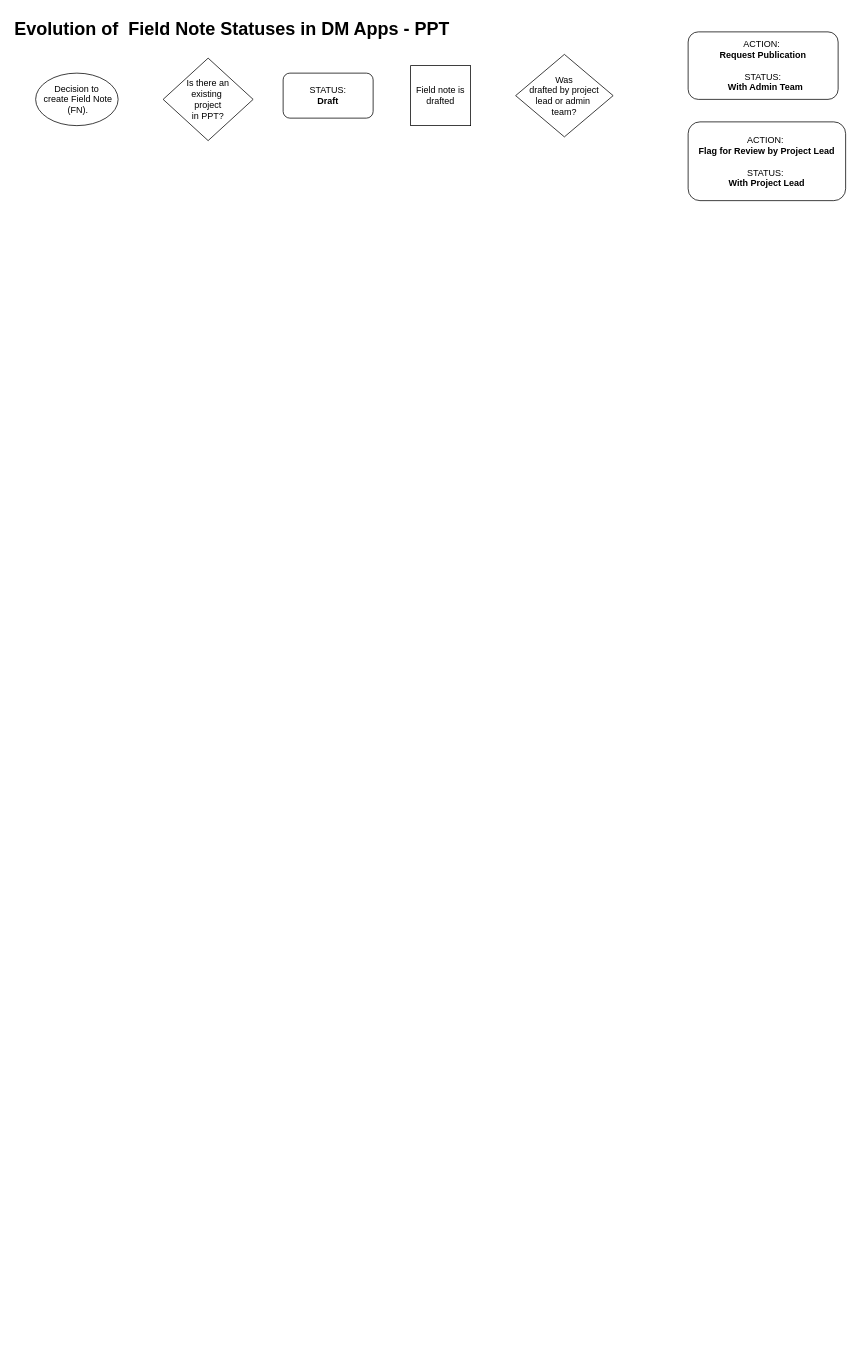
Earlier version of the draw.io diagram Fieldnote status evolution in PPT.drawio (davjfish/diagrams). Source tidied: cells renumbered, new cells numbered last; positions are measured from the earlier drawing's top-left corner, leaving out a move shared by most shapes. Both pictures are drawn from the tidied source at 75%, with x=0, y=0 at pixel (13, 13).
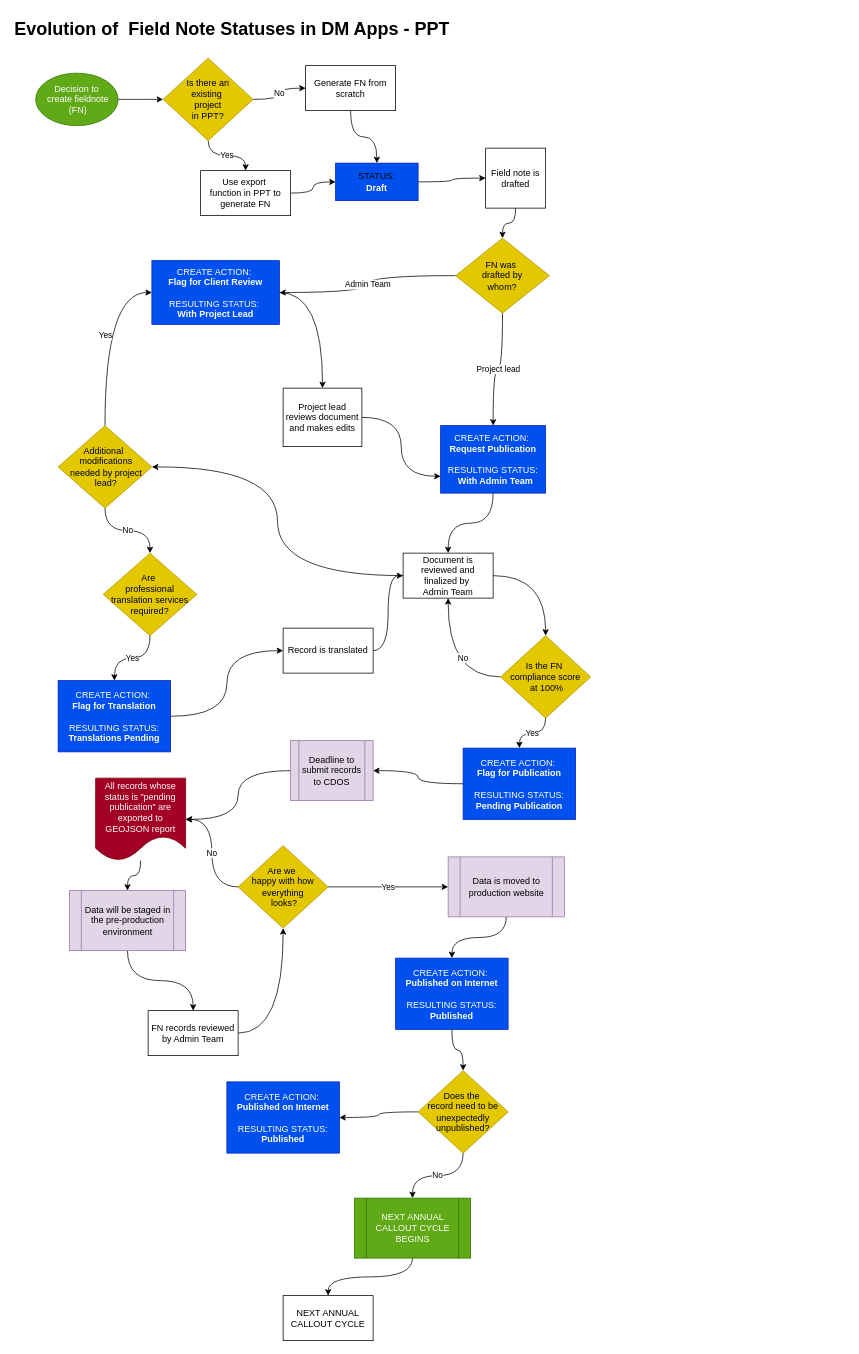
After the change.

Change to the diagram source:
```diff
@@
-    <mxCell id="3" value="Decision&lt;span style=&quot;background-color: transparent; color: light-dark(rgb(0, 0, 0), rgb(255, 255, 255));&quot;&gt;&amp;nbsp;to&lt;/span&gt;&lt;div&gt;&lt;span style=&quot;background-color: transparent; color: light-dark(rgb(0, 0, 0), rgb(255, 255, 255));&quot;&gt;&amp;nbsp;create&amp;nbsp;&lt;/span&gt;&lt;span style=&quot;background-color: transparent; color: light-dark(rgb(0, 0, 0), rgb(255, 255, 255));&quot;&gt;Field Note&lt;/span&gt;&lt;div&gt;&lt;span style=&quot;background-color: transparent; color: light-dark(rgb(0, 0, 0), rgb(255, 255, 255));&quot;&gt;&amp;nbsp;(FN).&lt;/span&gt;&lt;/div&gt;&lt;/div&gt;" style="ellipse;whiteSpace=wrap;html=1;" parent="1" vertex="1">
+    <mxCell id="3" value="Decision&lt;span style=&quot;background-color: transparent;&quot;&gt;&amp;nbsp;to&lt;/span&gt;&lt;div&gt;&lt;span style=&quot;background-color: transparent;&quot;&gt;&amp;nbsp;create&amp;nbsp;&lt;/span&gt;&lt;span style=&quot;background-color: transparent;&quot;&gt;fieldnote&lt;/span&gt;&lt;div&gt;&lt;span style=&quot;background-color: transparent;&quot;&gt;&amp;nbsp;(FN)&lt;/span&gt;&lt;/div&gt;&lt;/div&gt;" style="ellipse;whiteSpace=wrap;html=1;fillColor=#60a917;fontColor=light-dark(#FFFFFF,#000000);strokeColor=#2D7600;" parent="1" vertex="1">
       <mxGeometry x="30" y="80" width="110" height="70" as="geometry" />
     </mxCell>
+    <mxCell id="10" style="edgeStyle=orthogonalEdgeStyle;rounded=0;jettySize=auto;html=1;curved=1;" parent="1" edge="1" source="21" target="9">
+      <mxGeometry relative="1" as="geometry" />
+    </mxCell>
+    <mxCell id="11" value="Yes" style="edgeStyle=orthogonalEdgeStyle;rounded=0;jettySize=auto;html=1;curved=1;" parent="1" edge="1" source="4" target="19">
+      <mxGeometry relative="1" as="geometry" />
+    </mxCell>
-    <mxCell id="4" value="Is there an&lt;div&gt;existing&amp;nbsp;&lt;/div&gt;&lt;div&gt;project&lt;/div&gt;&lt;div&gt;in PPT?&lt;/div&gt;" style="rhombus;whiteSpace=wrap;html=1;" parent="1" vertex="1">
+    <mxCell id="4" value="Is there an&lt;div&gt;existing&amp;nbsp;&lt;/div&gt;&lt;div&gt;project&lt;/div&gt;&lt;div&gt;in PPT?&lt;/div&gt;" style="rhombus;whiteSpace=wrap;html=1;fillColor=#e3c800;fontColor=#000000;strokeColor=#B09500;" parent="1" vertex="1">
       <mxGeometry x="200" y="60" width="120" height="110" as="geometry" />
     </mxCell>
+    <mxCell id="12" style="edgeStyle=orthogonalEdgeStyle;rounded=0;jettySize=auto;html=1;curved=1;" parent="1" edge="1" source="5" target="6">
+      <mxGeometry relative="1" as="geometry" />
+    </mxCell>
     <mxCell id="5" value="Field note is drafted" style="whiteSpace=wrap;html=1;" parent="1" vertex="1">
-      <mxGeometry x="530" y="70" width="80" height="80" as="geometry" />
+      <mxGeometry x="630" y="180" width="80" height="80" as="geometry" />
     </mxCell>
+    <mxCell id="13" value="Admin Team" style="edgeStyle=orthogonalEdgeStyle;rounded=0;jettySize=auto;html=1;curved=1;" parent="1" edge="1" source="6" target="8">
+      <mxGeometry relative="1" as="geometry" />
+    </mxCell>
+    <mxCell id="14" value="Project lead" style="edgeStyle=orthogonalEdgeStyle;rounded=0;jettySize=auto;html=1;curved=1;" parent="1" edge="1" source="6" target="7">
+      <mxGeometry relative="1" as="geometry" />
+    </mxCell>
-    <mxCell id="6" value="Was&lt;div&gt;&amp;nbsp;drafted by project&amp;nbsp;&lt;/div&gt;&lt;div&gt;lead or admin&amp;nbsp;&lt;/div&gt;&lt;div&gt;team?&lt;/div&gt;" style="rhombus;whiteSpace=wrap;html=1;" parent="1" vertex="1">
-      <mxGeometry x="670" y="55" width="130" height="110" as="geometry" />
+    <mxCell id="6" value="FN was&amp;nbsp;&lt;div&gt;drafted by&lt;/div&gt;&lt;div&gt;whom?&lt;/div&gt;" style="rhombus;whiteSpace=wrap;html=1;fillColor=#e3c800;fontColor=#000000;strokeColor=#B09500;" parent="1" vertex="1">
+      <mxGeometry x="590" y="300" width="125" height="100" as="geometry" />
     </mxCell>
+    <mxCell id="15" style="edgeStyle=orthogonalEdgeStyle;rounded=0;jettySize=auto;html=1;curved=1;" parent="1" edge="1" source="7" target="27">
+      <mxGeometry relative="1" as="geometry" />
+    </mxCell>
-    <mxCell id="7" value="ACTION:&amp;nbsp;&lt;div&gt;&lt;b&gt;Request Publication&lt;/b&gt;&lt;div&gt;&lt;br&gt;&lt;/div&gt;&lt;div&gt;STATUS:&lt;/div&gt;&lt;div&gt;&amp;nbsp; &lt;b&gt;With Admin Team&lt;/b&gt;&lt;/div&gt;&lt;/div&gt;" style="rounded=1;whiteSpace=wrap;html=1;" parent="1" vertex="1">
-      <mxGeometry x="900" y="25" width="200" height="90" as="geometry" />
+    <mxCell id="7" value="CREATE ACTION:&amp;nbsp;&lt;div&gt;&lt;b&gt;Request Publication&lt;/b&gt;&lt;div&gt;&lt;br&gt;&lt;/div&gt;&lt;div&gt;&lt;span style=&quot;background-color: transparent; color: light-dark(rgb(255, 255, 255), rgb(18, 18, 18));&quot;&gt;RESULTING STATUS&lt;/span&gt;:&lt;/div&gt;&lt;div&gt;&amp;nbsp; &lt;b&gt;With Admin Team&lt;/b&gt;&lt;/div&gt;&lt;/div&gt;" style="rounded=0;whiteSpace=wrap;html=1;fillColor=#0050ef;fontColor=#ffffff;strokeColor=#001DBC;" parent="1" vertex="1">
+      <mxGeometry x="570" y="550" width="140" height="90" as="geometry" />
     </mxCell>
-    <mxCell id="8" value="ACTION:&amp;nbsp;&lt;div&gt;&lt;b&gt;Flag for Review by Project Lead&lt;/b&gt;&lt;/div&gt;&lt;div&gt;&lt;b&gt;&lt;br&gt;&lt;/b&gt;&lt;div&gt;STATUS:&amp;nbsp;&lt;/div&gt;&lt;div&gt;&lt;b&gt;With Project Lead&lt;/b&gt;&lt;/div&gt;&lt;/div&gt;" style="rounded=1;whiteSpace=wrap;html=1;" parent="1" vertex="1">
-      <mxGeometry x="900" y="145" width="210" height="105" as="geometry" />
+    <mxCell id="8" value="CREATE ACTION:&amp;nbsp;&lt;div&gt;&lt;b&gt;Flag for Client Review&lt;/b&gt;&lt;/div&gt;&lt;div&gt;&lt;b&gt;&lt;br&gt;&lt;/b&gt;&lt;div&gt;RESULTING STATUS:&amp;nbsp;&lt;/div&gt;&lt;div&gt;&lt;b&gt;With Project Lead&lt;/b&gt;&lt;/div&gt;&lt;/div&gt;" style="rounded=0;whiteSpace=wrap;html=1;fillColor=#0050ef;fontColor=#ffffff;strokeColor=#001DBC;" parent="1" vertex="1">
+      <mxGeometry x="185" y="330" width="170" height="85" as="geometry" />
     </mxCell>
+    <mxCell id="16" style="edgeStyle=orthogonalEdgeStyle;rounded=0;jettySize=auto;html=1;curved=1;" parent="1" edge="1" source="9" target="5">
+      <mxGeometry relative="1" as="geometry" />
+    </mxCell>
-    <mxCell id="9" value="&lt;div&gt;&lt;span style=&quot;background-color: transparent; color: light-dark(rgb(0, 0, 0), rgb(255, 255, 255));&quot;&gt;STATUS:&lt;/span&gt;&lt;/div&gt;&lt;div&gt;&lt;b&gt;Draft&lt;/b&gt;&lt;/div&gt;" style="rounded=1;whiteSpace=wrap;html=1;" parent="1" vertex="1">
-      <mxGeometry x="360" y="80" width="120" height="60" as="geometry" />
+    <mxCell id="9" value="&lt;div&gt;&lt;font style=&quot;color: light-dark(rgb(0, 0, 0), rgb(0, 0, 0));&quot;&gt;&lt;span style=&quot;background-color: transparent;&quot;&gt;&lt;font style=&quot;&quot;&gt;STATUS&lt;/font&gt;&lt;/span&gt;&lt;span style=&quot;background-color: transparent;&quot;&gt;:&lt;/span&gt;&lt;/font&gt;&lt;/div&gt;&lt;div&gt;&lt;b&gt;Draft&lt;/b&gt;&lt;/div&gt;" style="rounded=0;whiteSpace=wrap;html=1;fillColor=#0050ef;fontColor=#ffffff;strokeColor=#001DBC;" parent="1" vertex="1">
+      <mxGeometry x="430" y="200" width="110" height="50" as="geometry" />
     </mxCell>
+    <mxCell id="17" style="endArrow=classic;html=1;rounded=0;exitX=1;exitY=0.5;exitDx=0;exitDy=0;entryX=0;entryY=0.5;entryDx=0;entryDy=0;edgeStyle=orthogonalEdgeStyle;curved=1;" parent="1" edge="1" source="3" target="4">
+      <mxGeometry relative="1" as="geometry" />
+    </mxCell>
+    <mxCell id="18" style="edgeStyle=orthogonalEdgeStyle;rounded=0;jettySize=auto;html=1;curved=1;" parent="1" edge="1" source="19" target="9">
+      <mxGeometry relative="1" as="geometry" />
+    </mxCell>
+    <mxCell id="19" value="Use export&amp;nbsp;&lt;div&gt;function in PPT to generate FN&lt;/div&gt;" style="whiteSpace=wrap;html=1;" parent="1" vertex="1">
+      <mxGeometry x="250" y="210" width="120" height="60" as="geometry" />
+    </mxCell>
+    <mxCell id="20" value="No" style="edgeStyle=orthogonalEdgeStyle;rounded=0;jettySize=auto;html=1;curved=1;" parent="1" edge="1" source="4" target="21">
+      <mxGeometry relative="1" as="geometry" />
+    </mxCell>
+    <mxCell id="21" value="Generate FN from scratch" style="whiteSpace=wrap;html=1;" parent="1" vertex="1">
+      <mxGeometry x="390" y="70" width="120" height="60" as="geometry" />
+    </mxCell>
+    <mxCell id="22" style="edgeStyle=orthogonalEdgeStyle;rounded=0;jettySize=auto;html=1;entryX=0;entryY=0.75;entryDx=0;entryDy=0;curved=1;" parent="1" edge="1" source="23" target="7">
+      <mxGeometry relative="1" as="geometry" />
+    </mxCell>
+    <mxCell id="23" value="Project lead reviews document and makes&amp;nbsp;&lt;span style=&quot;background-color: transparent; color: light-dark(rgb(0, 0, 0), rgb(255, 255, 255));&quot;&gt;edits&lt;/span&gt;" style="rounded=0;whiteSpace=wrap;html=1;" parent="1" vertex="1">
+      <mxGeometry x="360" y="500" width="105" height="78" as="geometry" />
+    </mxCell>
+    <mxCell id="24" style="edgeStyle=orthogonalEdgeStyle;rounded=0;jettySize=auto;html=1;curved=1;" parent="1" edge="1" source="8" target="23">
+      <mxGeometry relative="1" as="geometry" />
+    </mxCell>
+    <mxCell id="25" style="edgeStyle=orthogonalEdgeStyle;rounded=0;jettySize=auto;html=1;curved=1;entryX=1;entryY=0.5;entryDx=0;entryDy=0;" parent="1" edge="1" source="27" target="30">
+      <mxGeometry relative="1" as="geometry" />
+    </mxCell>
+    <mxCell id="26" style="edgeStyle=orthogonalEdgeStyle;rounded=0;jettySize=auto;html=1;curved=1;exitX=1;exitY=0.5;exitDx=0;exitDy=0;" parent="1" edge="1" source="27" target="39">
+      <mxGeometry relative="1" as="geometry" />
+    </mxCell>
+    <mxCell id="27" value="Document is reviewed and finalized by&amp;nbsp;&lt;div&gt;Admin Team&lt;/div&gt;" style="whiteSpace=wrap;html=1;rounded=0;" parent="1" vertex="1">
+      <mxGeometry x="520" y="720" width="120" height="60" as="geometry" />
+    </mxCell>
+    <mxCell id="28" value="Yes" style="edgeStyle=orthogonalEdgeStyle;rounded=0;jettySize=auto;html=1;curved=1;entryX=0;entryY=0.5;entryDx=0;entryDy=0;exitX=0.5;exitY=0;exitDx=0;exitDy=0;" parent="1" edge="1" source="30" target="8">
+      <mxGeometry relative="1" as="geometry" />
+    </mxCell>
+    <mxCell id="29" value="No" style="edgeStyle=orthogonalEdgeStyle;rounded=0;jettySize=auto;html=1;curved=1;exitX=0.5;exitY=1;exitDx=0;exitDy=0;entryX=0.5;entryY=0;entryDx=0;entryDy=0;" parent="1" edge="1" source="30" target="31">
+      <mxGeometry relative="1" as="geometry" />
+    </mxCell>
+    <mxCell id="30" value="Additional&amp;nbsp;&lt;div&gt;&amp;nbsp;modifications&lt;/div&gt;&lt;div&gt;&amp;nbsp;needed by project&lt;/div&gt;&lt;div&gt;&amp;nbsp;lead?&lt;/div&gt;" style="rhombus;whiteSpace=wrap;html=1;fillColor=#e3c800;fontColor=#000000;strokeColor=#B09500;" parent="1" vertex="1">
+      <mxGeometry x="60" y="550" width="125" height="110" as="geometry" />
+    </mxCell>
+    <mxCell id="31" value="Are&amp;nbsp;&lt;div&gt;professional translation services required?&lt;/div&gt;" style="rhombus;whiteSpace=wrap;html=1;fillColor=#e3c800;fontColor=#000000;strokeColor=#B09500;" parent="1" vertex="1">
+      <mxGeometry x="120" y="720" width="125" height="110" as="geometry" />
+    </mxCell>
+    <mxCell id="32" value="Yes" style="edgeStyle=orthogonalEdgeStyle;rounded=0;jettySize=auto;html=1;curved=1;" parent="1" edge="1" source="31" target="34">
+      <mxGeometry relative="1" as="geometry" />
+    </mxCell>
+    <mxCell id="33" style="edgeStyle=orthogonalEdgeStyle;rounded=0;jettySize=auto;html=1;curved=1;entryX=0;entryY=0.5;entryDx=0;entryDy=0;" parent="1" edge="1" source="34" target="36">
+      <mxGeometry relative="1" as="geometry" />
+    </mxCell>
+    <mxCell id="34" value="CREATE ACTION:&amp;nbsp;&lt;div&gt;&lt;b&gt;Flag for Translation&lt;/b&gt;&lt;/div&gt;&lt;div&gt;&lt;b&gt;&lt;br&gt;&lt;/b&gt;&lt;div&gt;RESULTING STATUS:&lt;/div&gt;&lt;div&gt;&lt;b&gt;Translations Pending&lt;/b&gt;&lt;/div&gt;&lt;/div&gt;" style="rounded=0;whiteSpace=wrap;html=1;fillColor=#0050ef;fontColor=#ffffff;strokeColor=#001DBC;" parent="1" vertex="1">
+      <mxGeometry x="60" y="890" width="150" height="95" as="geometry" />
+    </mxCell>
+    <mxCell id="35" style="edgeStyle=orthogonalEdgeStyle;rounded=0;jettySize=auto;html=1;curved=1;entryX=0;entryY=0.5;entryDx=0;entryDy=0;" parent="1" edge="1" source="36" target="27">
+      <mxGeometry relative="1" as="geometry" />
+    </mxCell>
+    <mxCell id="36" value="Record is translated" style="whiteSpace=wrap;html=1;rounded=0;" parent="1" vertex="1">
+      <mxGeometry x="360" y="820" width="120" height="60" as="geometry" />
+    </mxCell>
+    <mxCell id="37" value="No" style="edgeStyle=orthogonalEdgeStyle;rounded=0;jettySize=auto;html=1;entryX=0.5;entryY=1;entryDx=0;entryDy=0;curved=1;" parent="1" edge="1" source="39" target="27">
+      <mxGeometry x="0.09" y="-20" relative="1" as="geometry" />
+    </mxCell>
+    <mxCell id="38" style="edgeStyle=orthogonalEdgeStyle;rounded=0;jettySize=auto;html=1;curved=1;" parent="1" edge="1" source="43" target="45">
+      <mxGeometry relative="1" as="geometry" />
+    </mxCell>
+    <mxCell id="39" value="Is the FN&amp;nbsp;&lt;div&gt;compliance score&lt;/div&gt;&lt;div&gt;&amp;nbsp;at 100%&lt;/div&gt;" style="rhombus;whiteSpace=wrap;html=1;rounded=0;fillColor=#e3c800;fontColor=#000000;strokeColor=#B09500;" parent="1" vertex="1">
+      <mxGeometry x="650" y="830" width="120" height="110" as="geometry" />
+    </mxCell>
+    <mxCell id="40" value="Yes" style="edgeStyle=orthogonalEdgeStyle;rounded=0;jettySize=auto;html=1;curved=1;" parent="1" edge="1" source="39" target="41">
+      <mxGeometry relative="1" as="geometry" />
+    </mxCell>
+    <mxCell id="41" value="CREATE ACTION:&amp;nbsp;&lt;div&gt;&lt;b&gt;Flag for Publication&lt;/b&gt;&lt;/div&gt;&lt;div&gt;&lt;b&gt;&lt;br&gt;&lt;/b&gt;&lt;div&gt;RESULTING STATUS:&lt;/div&gt;&lt;div&gt;&lt;b&gt;Pending Publication&lt;/b&gt;&lt;/div&gt;&lt;/div&gt;" style="rounded=0;whiteSpace=wrap;html=1;fillColor=#0050ef;fontColor=#ffffff;strokeColor=#001DBC;" parent="1" vertex="1">
+      <mxGeometry x="600" y="980" width="150" height="95" as="geometry" />
+    </mxCell>
+    <mxCell id="42" style="edgeStyle=orthogonalEdgeStyle;rounded=0;jettySize=auto;html=1;curved=1;" parent="1" edge="1" source="41" target="43">
+      <mxGeometry relative="1" as="geometry" />
+    </mxCell>
+    <mxCell id="43" value="Deadline to submit records to CDOS" style="shape=process;whiteSpace=wrap;html=1;backgroundOutline=1;fillColor=#e1d5e7;strokeColor=#9673a6;" parent="1" vertex="1">
+      <mxGeometry x="370" y="970" width="110" height="80" as="geometry" />
+    </mxCell>
+    <mxCell id="44" style="edgeStyle=orthogonalEdgeStyle;rounded=0;jettySize=auto;html=1;curved=1;" parent="1" edge="1" source="59" target="46">
+      <mxGeometry relative="1" as="geometry" />
+    </mxCell>
+    <mxCell id="45" value="All records whose status is &quot;pending publication&quot; are exported to GEOJSON report" style="shape=document;whiteSpace=wrap;html=1;boundedLbl=1;fillColor=#a20025;strokeColor=#6F0000;fontColor=#ffffff;" parent="1" vertex="1">
+      <mxGeometry x="110" y="1020" width="120" height="110" as="geometry" />
+    </mxCell>
+    <mxCell id="46" value="NEXT ANNUAL CALLOUT CYCLE" style="whiteSpace=wrap;html=1;" parent="1" vertex="1">
+      <mxGeometry x="360" y="1710" width="120" height="60" as="geometry" />
+    </mxCell>
+    <mxCell id="47" style="edgeStyle=orthogonalEdgeStyle;rounded=0;jettySize=auto;html=1;curved=1;exitX=0.5;exitY=1;exitDx=0;exitDy=0;" parent="1" edge="1" source="49" target="50">
+      <mxGeometry relative="1" as="geometry" />
+    </mxCell>
+    <mxCell id="48" style="edgeStyle=orthogonalEdgeStyle;rounded=0;jettySize=auto;html=1;curved=1;entryX=0.5;entryY=0;entryDx=0;entryDy=0;" parent="1" edge="1" source="45" target="49">
+      <mxGeometry relative="1" as="geometry" />
+    </mxCell>
+    <mxCell id="49" value="Data will be staged in the pre-production environment" style="shape=process;whiteSpace=wrap;html=1;backgroundOutline=1;fillColor=#e1d5e7;strokeColor=#9673a6;" parent="1" vertex="1">
+      <mxGeometry x="75" y="1170" width="155" height="80" as="geometry" />
+    </mxCell>
+    <mxCell id="50" value="FN records reviewed by Admin Team" style="whiteSpace=wrap;html=1;" parent="1" vertex="1">
+      <mxGeometry x="180" y="1330" width="120" height="60" as="geometry" />
+    </mxCell>
+    <mxCell id="51" style="edgeStyle=orthogonalEdgeStyle;rounded=0;jettySize=auto;html=1;curved=1;exitX=1;exitY=0.5;exitDx=0;exitDy=0;" parent="1" edge="1" source="50" target="52">
+      <mxGeometry relative="1" as="geometry" />
+    </mxCell>
+    <mxCell id="52" value="Are we&amp;nbsp;&lt;div&gt;happy with how everything&lt;/div&gt;&lt;div&gt;&amp;nbsp;looks?&lt;/div&gt;" style="rhombus;whiteSpace=wrap;html=1;rounded=0;fillColor=#e3c800;fontColor=#000000;strokeColor=#B09500;" parent="1" vertex="1">
+      <mxGeometry x="300" y="1110" width="120" height="110" as="geometry" />
+    </mxCell>
+    <mxCell id="53" value="Yes" style="edgeStyle=orthogonalEdgeStyle;rounded=0;jettySize=auto;html=1;curved=1;" parent="1" edge="1" source="52" target="54">
+      <mxGeometry relative="1" as="geometry" />
+    </mxCell>
+    <mxCell id="54" value="Data is moved to production website" style="shape=process;whiteSpace=wrap;html=1;backgroundOutline=1;fillColor=#e1d5e7;strokeColor=#9673a6;" parent="1" vertex="1">
+      <mxGeometry x="580" y="1125" width="155" height="80" as="geometry" />
+    </mxCell>
+    <mxCell id="55" value="No" style="edgeStyle=orthogonalEdgeStyle;rounded=0;jettySize=auto;html=1;curved=1;entryX=1;entryY=0.5;entryDx=0;entryDy=0;" parent="1" edge="1" source="52" target="45">
+      <mxGeometry relative="1" as="geometry" />
+    </mxCell>
+    <mxCell id="56" style="edgeStyle=orthogonalEdgeStyle;rounded=0;jettySize=auto;html=1;curved=1;" parent="1" edge="1" source="54" target="57">
+      <mxGeometry relative="1" as="geometry" />
+    </mxCell>
+    <mxCell id="57" value="CREATE ACTION:&amp;nbsp;&lt;div&gt;&lt;b&gt;Published on Internet&lt;/b&gt;&lt;/div&gt;&lt;div&gt;&lt;b&gt;&lt;br&gt;&lt;/b&gt;&lt;div&gt;RESULTING STATUS:&lt;/div&gt;&lt;div&gt;&lt;b&gt;Published&lt;/b&gt;&lt;/div&gt;&lt;/div&gt;" style="rounded=0;whiteSpace=wrap;html=1;fillColor=#0050ef;fontColor=#ffffff;strokeColor=#001DBC;" parent="1" vertex="1">
+      <mxGeometry x="510" y="1260" width="150" height="95" as="geometry" />
+    </mxCell>
+    <mxCell id="58" value="No" style="edgeStyle=orthogonalEdgeStyle;rounded=0;jettySize=auto;html=1;curved=1;" parent="1" edge="1" source="62" target="59">
+      <mxGeometry relative="1" as="geometry" />
+    </mxCell>
+    <mxCell id="59" value="NEXT ANNUAL CALLOUT CYCLE&lt;div&gt;BEGINS&lt;/div&gt;" style="shape=process;whiteSpace=wrap;html=1;backgroundOutline=1;fillColor=#60a917;strokeColor=#2D7600;fontColor=#ffffff;" parent="1" vertex="1">
+      <mxGeometry x="455" y="1580" width="155" height="80" as="geometry" />
+    </mxCell>
+    <mxCell id="60" style="edgeStyle=orthogonalEdgeStyle;rounded=0;jettySize=auto;html=1;curved=1;" parent="1" edge="1" source="57" target="62">
+      <mxGeometry relative="1" as="geometry" />
+    </mxCell>
+    <mxCell id="61" style="edgeStyle=orthogonalEdgeStyle;rounded=0;jettySize=auto;html=1;curved=1;" parent="1" edge="1" source="62" target="63">
+      <mxGeometry relative="1" as="geometry" />
+    </mxCell>
+    <mxCell id="62" value="Does the&amp;nbsp;&lt;div&gt;record need to be unexpectedly unpublished?&lt;/div&gt;" style="rhombus;whiteSpace=wrap;html=1;rounded=0;fillColor=#e3c800;fontColor=#000000;strokeColor=#B09500;" parent="1" vertex="1">
+      <mxGeometry x="540" y="1410" width="120" height="110" as="geometry" />
+    </mxCell>
+    <mxCell id="63" value="CREATE ACTION:&amp;nbsp;&lt;div&gt;&lt;b&gt;Published on Internet&lt;/b&gt;&lt;/div&gt;&lt;div&gt;&lt;b&gt;&lt;br&gt;&lt;/b&gt;&lt;div&gt;RESULTING STATUS:&lt;/div&gt;&lt;div&gt;&lt;b&gt;Published&lt;/b&gt;&lt;/div&gt;&lt;/div&gt;" style="rounded=0;whiteSpace=wrap;html=1;fillColor=#0050ef;fontColor=#ffffff;strokeColor=#001DBC;" parent="1" vertex="1">
+      <mxGeometry x="285" y="1425" width="150" height="95" as="geometry" />
+    </mxCell>
```
